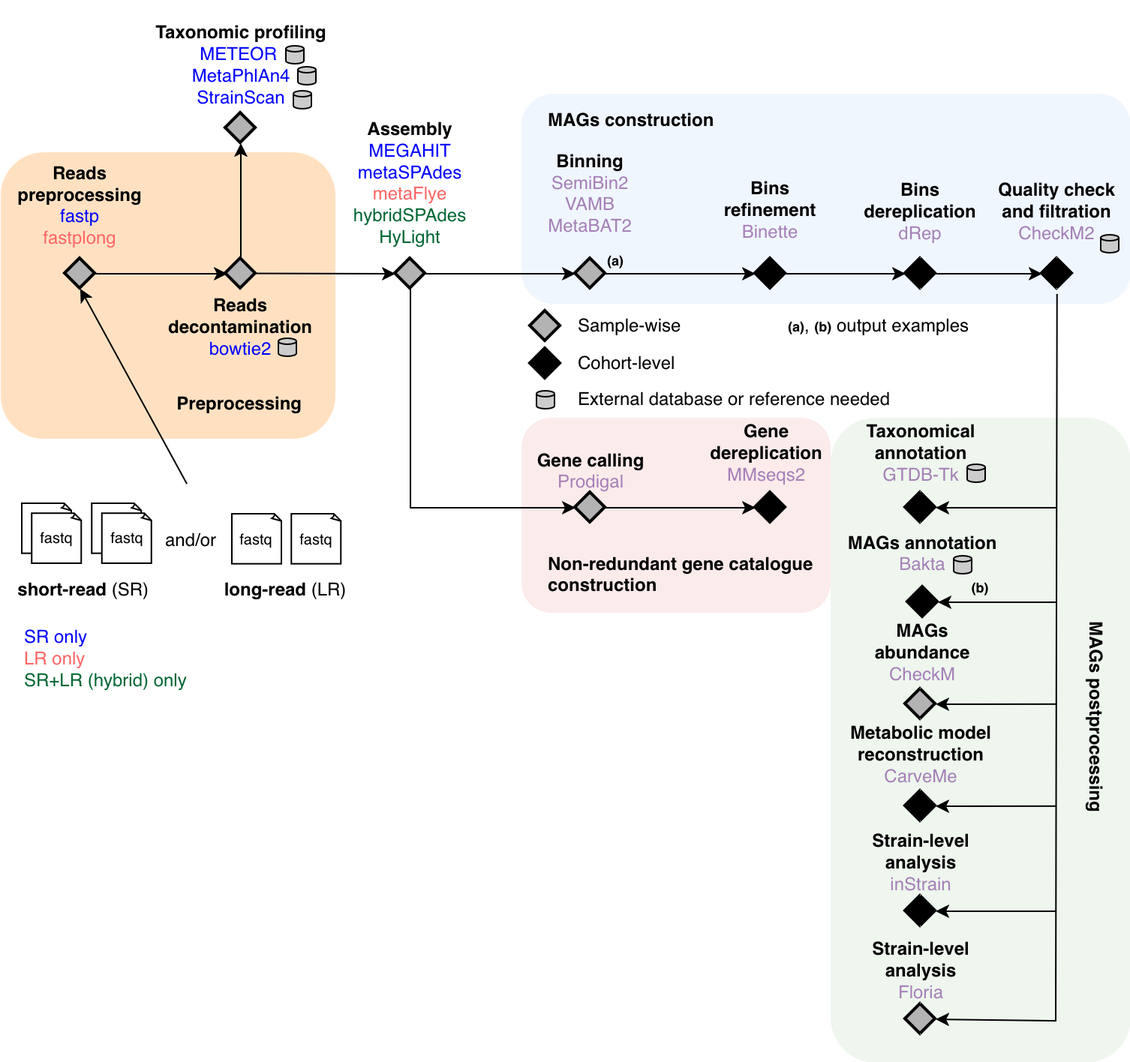
The draw.io diagram v0.1.0-pre.png in UMMISCO/strainmake, before a commit. Source tidied: cells renumbered, new cells last; positions are measured from the earlier drawing's top-left corner, leaving out a move shared by most shapes.
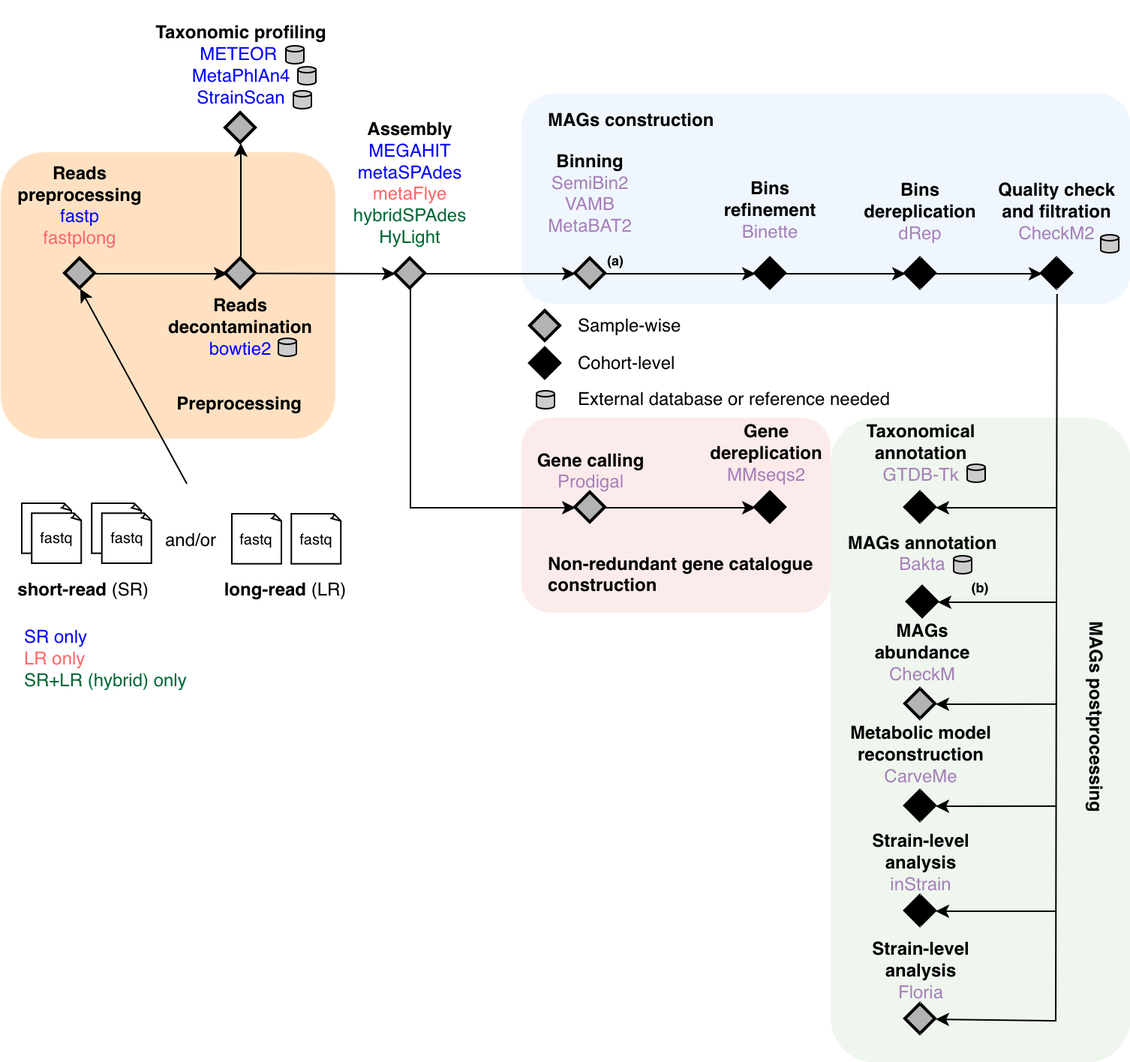
After the change.

Commit message:
Updated workflow diagram (x2)

Diff of the diagram source:
```diff
@@ -287,17 +287,14 @@
         <mxPoint x="703" y="581" as="sourcePoint" />
       </mxGeometry>
     </mxCell>
-    <mxCell id="88" value="&lt;b&gt;&lt;font style=&quot;font-size: 9px;&quot;&gt;(a)&lt;/font&gt;&lt;/b&gt;, &lt;b&gt;&lt;font style=&quot;font-size: 9px;&quot;&gt;(b)&lt;/font&gt;&lt;/b&gt; output examples" style="text;html=1;align=left;verticalAlign=middle;whiteSpace=wrap;rounded=0;" parent="1" vertex="1">
-      <mxGeometry x="523" y="176" width="130" height="30" as="geometry" />
+    <mxCell id="88" value="&lt;b&gt;&lt;font style=&quot;font-size: 9px;&quot;&gt;(a)&lt;/font&gt;&lt;/b&gt;" style="text;whiteSpace=wrap;html=1;align=center;verticalAlign=middle;" parent="1" vertex="1">
+      <mxGeometry x="395" y="137" width="30" height="20" as="geometry" />
     </mxCell>
-    <mxCell id="89" value="&lt;b&gt;&lt;font style=&quot;font-size: 9px;&quot;&gt;(a)&lt;/font&gt;&lt;/b&gt;" style="text;whiteSpace=wrap;html=1;align=center;verticalAlign=middle;" parent="1" vertex="1">
-      <mxGeometry x="395" y="137" width="30" height="20" as="geometry" />
+    <mxCell id="89" value="&lt;b&gt;&lt;font style=&quot;font-size: 9px;&quot;&gt;(b)&lt;/font&gt;&lt;/b&gt;" style="text;whiteSpace=wrap;html=1;align=center;verticalAlign=middle;" parent="1" vertex="1">
+      <mxGeometry x="638" y="355" width="30" height="20" as="geometry" />
     </mxCell>
-    <mxCell id="90" value="&lt;b&gt;&lt;font style=&quot;font-size: 9px;&quot;&gt;(b)&lt;/font&gt;&lt;/b&gt;" style="text;whiteSpace=wrap;html=1;align=center;verticalAlign=middle;" parent="1" vertex="1">
-      <mxGeometry x="638" y="355" width="30" height="20" as="geometry" />
+    <mxCell id="90" style="strokeWidth=1;html=1;shape=mxgraph.flowchart.database;whiteSpace=wrap;fillColor=#CCCCCC;" parent="1" vertex="1">
+      <mxGeometry x="195" y="34" width="12" height="12" as="geometry" />
     </mxCell>
-    <mxCell id="91" style="strokeWidth=1;html=1;shape=mxgraph.flowchart.database;whiteSpace=wrap;fillColor=#CCCCCC;" parent="1" vertex="1">
-      <mxGeometry x="195" y="34" width="12" height="12" as="geometry" />
-    </mxCell>
   </root>
 </mxGraphModel>
```
